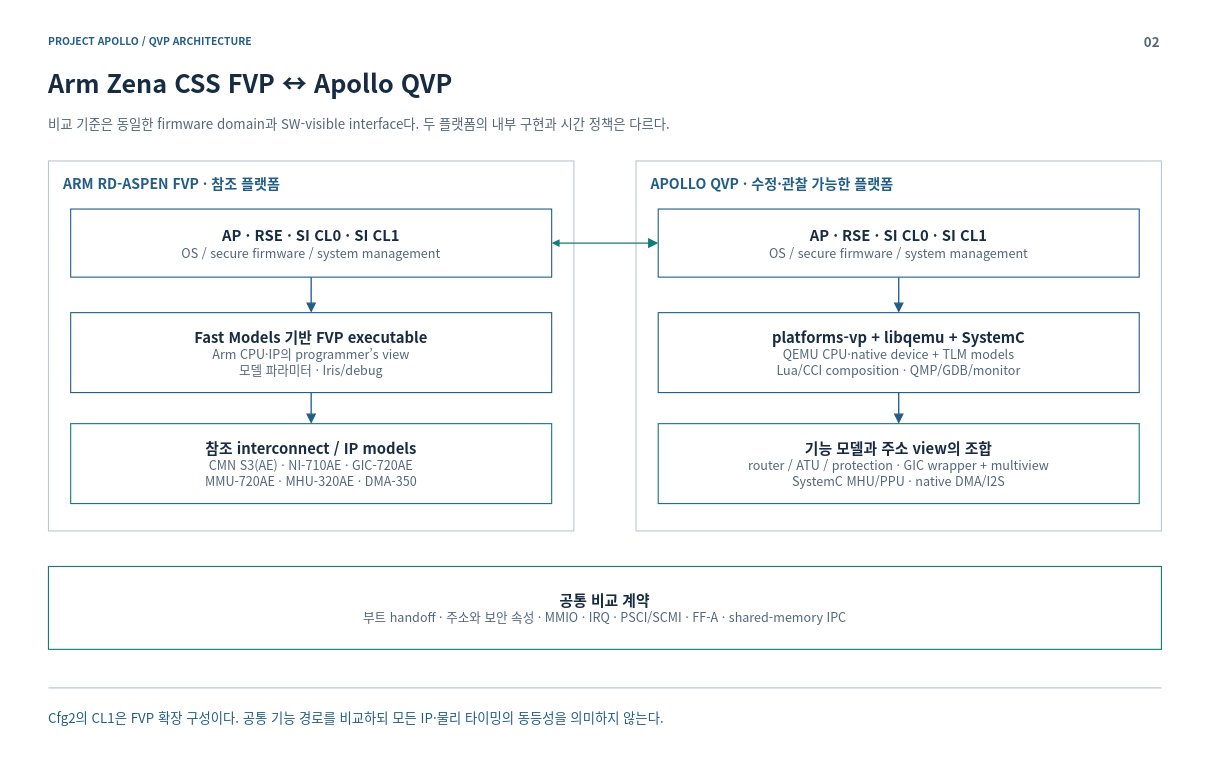
This is page "02-fvp-qvp" (2 of 13) of doc/phase1/qbox/apollo-qvp-architecture.drawio from cometzero/project-apollo, a draw.io file, before an edit. Source tidied: cells renumbered, new cells numbered last; positions are measured from the earlier drawing's top-left corner, leaving out a move shared by most shapes. Both pictures are drawn from the tidied source at 74%, with x=0, y=0 at pixel (13, 13).
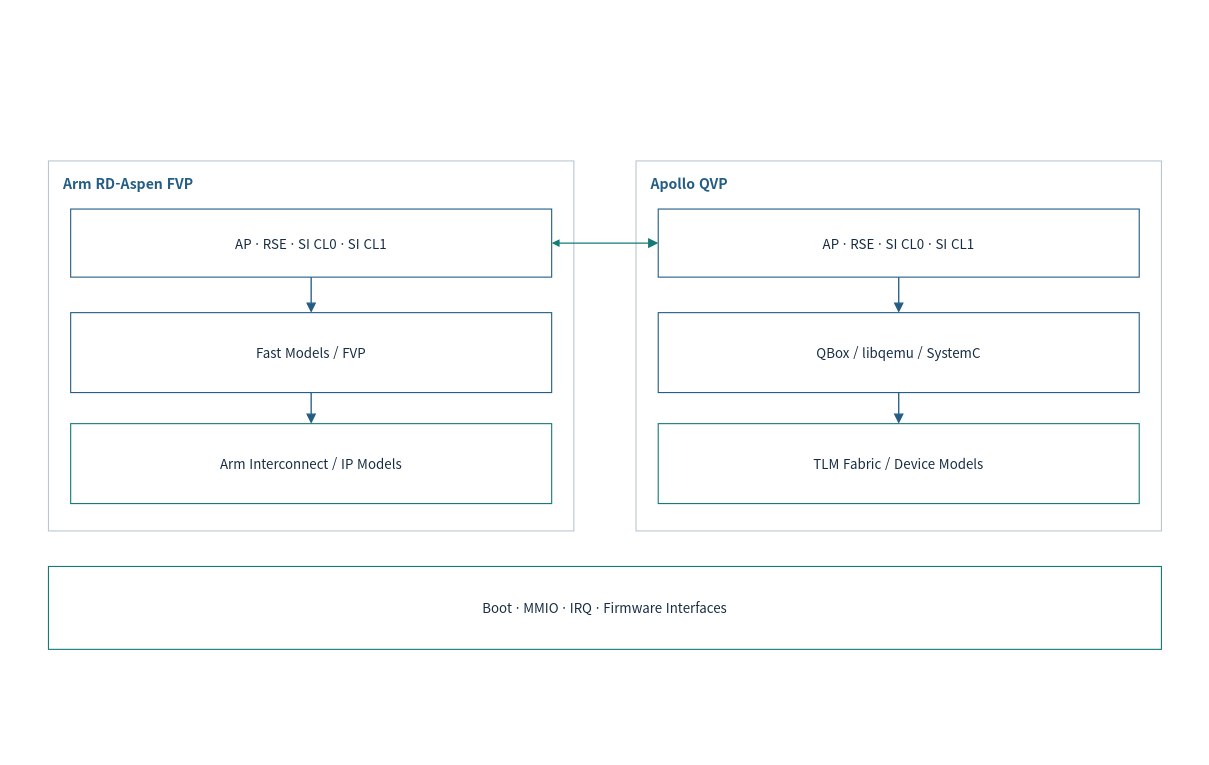
The same page after the edit.

What changed in the source:
```diff
@@
-    <mxCell id="2" style="rounded=0;whiteSpace=wrap;html=1;fillColor=#FFFFFF;strokeColor=none;strokeWidth=1.5;fontColor=#172C43;fontFamily=Noto Sans CJK KR;fontSize=18;spacing=14;" parent="1" vertex="1">
-      <mxGeometry width="1600" height="1000" as="geometry" />
-    </mxCell>
-    <mxCell id="3" value="PROJECT APOLLO  /  QVP ARCHITECTURE" style="rounded=0;whiteSpace=wrap;html=1;fillColor=#FFFFFF;strokeColor=none;strokeWidth=1.5;fontColor=#172C43;fontFamily=Noto Sans CJK KR;fontSize=18;spacing=14;fillColor=none;align=left;verticalAlign=middle;spacing=0;fontSize=14;fontColor=#235D86;fontStyle=1;" parent="1" vertex="1">
-      <mxGeometry x="48" y="26" width="1400" height="24" as="geometry" />
-    </mxCell>
-    <mxCell id="4" value="02" style="rounded=0;whiteSpace=wrap;html=1;fillColor=#FFFFFF;strokeColor=none;strokeWidth=1.5;fontColor=#172C43;fontFamily=Noto Sans CJK KR;fontSize=18;spacing=14;fillColor=none;align=right;verticalAlign=middle;spacing=0;fontSize=18;fontColor=#52657A;fontStyle=1;" parent="1" vertex="1">
-      <mxGeometry x="1485" y="23" width="65" height="30" as="geometry" />
-    </mxCell>
-    <mxCell id="5" value="Arm Zena CSS FVP ↔ Apollo QVP" style="rounded=0;whiteSpace=wrap;html=1;fillColor=#FFFFFF;strokeColor=none;strokeWidth=1.5;fontColor=#172C43;fontFamily=Noto Sans CJK KR;fontSize=18;spacing=14;fillColor=none;align=left;verticalAlign=middle;spacing=0;fontSize=34;fontColor=#172C43;fontStyle=1;" parent="1" vertex="1">
-      <mxGeometry x="48" y="67" width="1504" height="54" as="geometry" />
-    </mxCell>
-    <mxCell id="6" value="비교 기준은 동일한 firmware domain과 SW-visible interface다. 두 플랫폼의 내부 구현과 시간 정책은 다르다." style="rounded=0;whiteSpace=wrap;html=1;fillColor=#FFFFFF;strokeColor=none;strokeWidth=1.5;fontColor=#172C43;fontFamily=Noto Sans CJK KR;fontSize=18;spacing=14;fillColor=none;align=left;verticalAlign=middle;spacing=0;fontSize=18;fontColor=#52657A;" parent="1" vertex="1">
-      <mxGeometry x="48" y="127" width="1504" height="44" as="geometry" />
-    </mxCell>
-    <mxCell id="7" style="html=1;rounded=0;edgeStyle=none;endArrow=none;endSize=9;strokeColor=#BAC7D3;strokeWidth=1.6;fontColor=#BAC7D3;fontFamily=Noto Sans CJK KR;fontSize=15;labelBackgroundColor=#FFFFFF;" parent="1" edge="1">
-      <mxGeometry relative="1" as="geometry">
-        <mxPoint x="48" y="912" as="sourcePoint" />
-        <mxPoint x="1552" y="912" as="targetPoint" />
-      </mxGeometry>
-    </mxCell>
-    <mxCell id="8" value="Cfg2의 CL1은 FVP 확장 구성이다. 공통 기능 경로를 비교하되 모든 IP·물리 타이밍의 동등성을 의미하지 않는다." style="rounded=0;whiteSpace=wrap;html=1;fillColor=#FFFFFF;strokeColor=none;strokeWidth=1.5;fontColor=#172C43;fontFamily=Noto Sans CJK KR;fontSize=18;spacing=14;fillColor=none;align=left;verticalAlign=middle;spacing=0;fontSize=18;fontColor=#235D86;" parent="1" vertex="1">
-      <mxGeometry x="48" y="926" width="1504" height="52" as="geometry" />
-    </mxCell>
@@
-    <mxCell id="10" value="ARM RD-ASPEN FVP  ·  참조 플랫폼" style="rounded=0;whiteSpace=wrap;html=1;fillColor=#FFFFFF;strokeColor=none;strokeWidth=1.5;fontColor=#172C43;fontFamily=Noto Sans CJK KR;fontSize=18;spacing=14;fillColor=none;align=left;verticalAlign=middle;spacing=0;fontSize=19;fontColor=#235D86;fontStyle=1;" parent="1" vertex="1">
+    <mxCell id="10" value="Arm RD-Aspen FVP" style="rounded=0;whiteSpace=wrap;html=1;fillColor=#FFFFFF;strokeColor=none;strokeWidth=1.5;fontColor=#172C43;fontFamily=Noto Sans CJK KR;fontSize=18;spacing=14;fillColor=none;align=left;verticalAlign=middle;spacing=0;fontSize=19;fontColor=#235D86;fontStyle=1;" parent="1" vertex="1">
       <mxGeometry x="68" y="215" width="670" height="32" as="geometry" />
     </mxCell>
@@
-    <mxCell id="12" value="APOLLO QVP  ·  수정·관찰 가능한 플랫폼" style="rounded=0;whiteSpace=wrap;html=1;fillColor=#FFFFFF;strokeColor=none;strokeWidth=1.5;fontColor=#172C43;fontFamily=Noto Sans CJK KR;fontSize=18;spacing=14;fillColor=none;align=left;verticalAlign=middle;spacing=0;fontSize=19;fontColor=#235D86;fontStyle=1;" parent="1" vertex="1">
+    <mxCell id="12" value="Apollo QVP" style="rounded=0;whiteSpace=wrap;html=1;fillColor=#FFFFFF;strokeColor=none;strokeWidth=1.5;fontColor=#172C43;fontFamily=Noto Sans CJK KR;fontSize=18;spacing=14;fillColor=none;align=left;verticalAlign=middle;spacing=0;fontSize=19;fontColor=#235D86;fontStyle=1;" parent="1" vertex="1">
       <mxGeometry x="862" y="215" width="670" height="32" as="geometry" />
     </mxCell>
-    <mxCell id="13" value="&lt;b style=&quot;font-size:20px&quot;&gt;AP · RSE · SI CL0 · SI CL1&lt;/b&gt;&lt;br&gt;&lt;font color=&quot;#52657A&quot; style=&quot;font-size:17px&quot;&gt;OS / secure firmware / system management&lt;/font&gt;" style="rounded=0;whiteSpace=wrap;html=1;fillColor=#FFFFFF;strokeColor=#235D86;strokeWidth=1.5;fontColor=#172C43;fontFamily=Noto Sans CJK KR;fontSize=18;spacing=14;" parent="1" vertex="1">
+    <mxCell id="13" value="AP · RSE · SI CL0 · SI CL1" style="rounded=0;whiteSpace=wrap;html=1;fillColor=#FFFFFF;strokeColor=#235D86;strokeWidth=1.5;fontColor=#172C43;fontFamily=Noto Sans CJK KR;fontSize=18;spacing=14;" parent="1" vertex="1">
       <mxGeometry x="78" y="265" width="650" height="92" as="geometry" />
     </mxCell>
-    <mxCell id="14" value="&lt;b style=&quot;font-size:20px&quot;&gt;AP · RSE · SI CL0 · SI CL1&lt;/b&gt;&lt;br&gt;&lt;font color=&quot;#52657A&quot; style=&quot;font-size:17px&quot;&gt;OS / secure firmware / system management&lt;/font&gt;" style="rounded=0;whiteSpace=wrap;html=1;fillColor=#FFFFFF;strokeColor=#235D86;strokeWidth=1.5;fontColor=#172C43;fontFamily=Noto Sans CJK KR;fontSize=18;spacing=14;" parent="1" vertex="1">
+    <mxCell id="14" value="AP · RSE · SI CL0 · SI CL1" style="rounded=0;whiteSpace=wrap;html=1;fillColor=#FFFFFF;strokeColor=#235D86;strokeWidth=1.5;fontColor=#172C43;fontFamily=Noto Sans CJK KR;fontSize=18;spacing=14;" parent="1" vertex="1">
       <mxGeometry x="872" y="265" width="650" height="92" as="geometry" />
     </mxCell>
-    <mxCell id="15" value="&lt;b style=&quot;font-size:20px&quot;&gt;Fast Models 기반 FVP executable&lt;/b&gt;&lt;br&gt;&lt;font color=&quot;#52657A&quot; style=&quot;font-size:17px&quot;&gt;Arm CPU·IP의 programmer’s view&lt;br&gt;모델 파라미터 · Iris/debug&lt;/font&gt;" style="rounded=0;whiteSpace=wrap;html=1;fillColor=#FFFFFF;strokeColor=#235D86;strokeWidth=1.5;fontColor=#172C43;fontFamily=Noto Sans CJK KR;fontSize=18;spacing=14;" parent="1" vertex="1">
+    <mxCell id="15" value="Fast Models / FVP" style="rounded=0;whiteSpace=wrap;html=1;fillColor=#FFFFFF;strokeColor=#235D86;strokeWidth=1.5;fontColor=#172C43;fontFamily=Noto Sans CJK KR;fontSize=18;spacing=14;" parent="1" vertex="1">
       <mxGeometry x="78" y="405" width="650" height="108" as="geometry" />
     </mxCell>
-    <mxCell id="16" value="&lt;b style=&quot;font-size:20px&quot;&gt;platforms-vp + libqemu + SystemC&lt;/b&gt;&lt;br&gt;&lt;font color=&quot;#52657A&quot; style=&quot;font-size:17px&quot;&gt;QEMU CPU·native device + TLM models&lt;br&gt;Lua/CCI composition · QMP/GDB/monitor&lt;/font&gt;" style="rounded=0;whiteSpace=wrap;html=1;fillColor=#FFFFFF;strokeColor=#235D86;strokeWidth=1.5;fontColor=#172C43;fontFamily=Noto Sans CJK KR;fontSize=18;spacing=14;" parent="1" vertex="1">
+    <mxCell id="16" value="QBox / libqemu / SystemC" style="rounded=0;whiteSpace=wrap;html=1;fillColor=#FFFFFF;strokeColor=#235D86;strokeWidth=1.5;fontColor=#172C43;fontFamily=Noto Sans CJK KR;fontSize=18;spacing=14;" parent="1" vertex="1">
       <mxGeometry x="872" y="405" width="650" height="108" as="geometry" />
     </mxCell>
-    <mxCell id="17" value="&lt;b style=&quot;font-size:20px&quot;&gt;참조 interconnect / IP models&lt;/b&gt;&lt;br&gt;&lt;font color=&quot;#52657A&quot; style=&quot;font-size:17px&quot;&gt;CMN S3(AE) · NI-710AE · GIC-720AE&lt;br&gt;MMU-720AE · MHU-320AE · DMA-350&lt;/font&gt;" style="rounded=0;whiteSpace=wrap;html=1;fillColor=#FFFFFF;strokeColor=#147B79;strokeWidth=1.5;fontColor=#172C43;fontFamily=Noto Sans CJK KR;fontSize=18;spacing=14;" parent="1" vertex="1">
+    <mxCell id="17" value="Arm Interconnect / IP Models" style="rounded=0;whiteSpace=wrap;html=1;fillColor=#FFFFFF;strokeColor=#147B79;strokeWidth=1.5;fontColor=#172C43;fontFamily=Noto Sans CJK KR;fontSize=18;spacing=14;" parent="1" vertex="1">
       <mxGeometry x="78" y="555" width="650" height="108" as="geometry" />
     </mxCell>
-    <mxCell id="18" value="&lt;b style=&quot;font-size:20px&quot;&gt;기능 모델과 주소 view의 조합&lt;/b&gt;&lt;br&gt;&lt;font color=&quot;#52657A&quot; style=&quot;font-size:17px&quot;&gt;router / ATU / protection · GIC wrapper + multiview&lt;br&gt;SystemC MHU/PPU · native DMA/I2S&lt;/font&gt;" style="rounded=0;whiteSpace=wrap;html=1;fillColor=#FFFFFF;strokeColor=#147B79;strokeWidth=1.5;fontColor=#172C43;fontFamily=Noto Sans CJK KR;fontSize=18;spacing=14;" parent="1" vertex="1">
+    <mxCell id="18" value="TLM Fabric / Device Models" style="rounded=0;whiteSpace=wrap;html=1;fillColor=#FFFFFF;strokeColor=#147B79;strokeWidth=1.5;fontColor=#172C43;fontFamily=Noto Sans CJK KR;fontSize=18;spacing=14;" parent="1" vertex="1">
       <mxGeometry x="872" y="555" width="650" height="108" as="geometry" />
     </mxCell>
@@
-    <mxCell id="24" value="&lt;b style=&quot;font-size:20px&quot;&gt;공통 비교 계약&lt;/b&gt;&lt;br&gt;&lt;font color=&quot;#52657A&quot; style=&quot;font-size:17px&quot;&gt;부트 handoff · 주소와 보안 속성 · MMIO · IRQ · PSCI/SCMI · FF-A · shared-memory IPC&lt;/font&gt;" style="rounded=0;whiteSpace=wrap;html=1;fillColor=#FFFFFF;strokeColor=#147B79;strokeWidth=1.5;fontColor=#172C43;fontFamily=Noto Sans CJK KR;fontSize=18;spacing=14;" parent="1" vertex="1">
+    <mxCell id="24" value="Boot · MMIO · IRQ · Firmware Interfaces" style="rounded=0;whiteSpace=wrap;html=1;fillColor=#FFFFFF;strokeColor=#147B79;strokeWidth=1.5;fontColor=#172C43;fontFamily=Noto Sans CJK KR;fontSize=18;spacing=14;" parent="1" vertex="1">
       <mxGeometry x="48" y="748" width="1504" height="112" as="geometry" />
     </mxCell>
```
